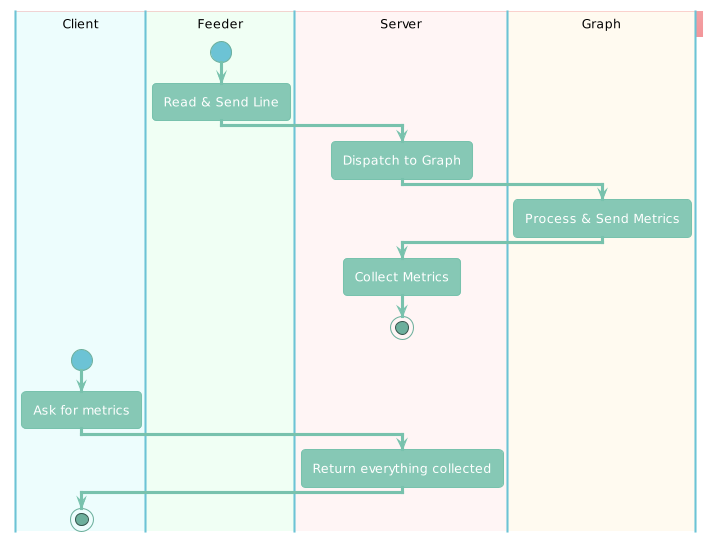
Earlier version of the PlantUML export TP2/informe/diagrams/activity.png (FdelMazo/7574-Distribuidos).
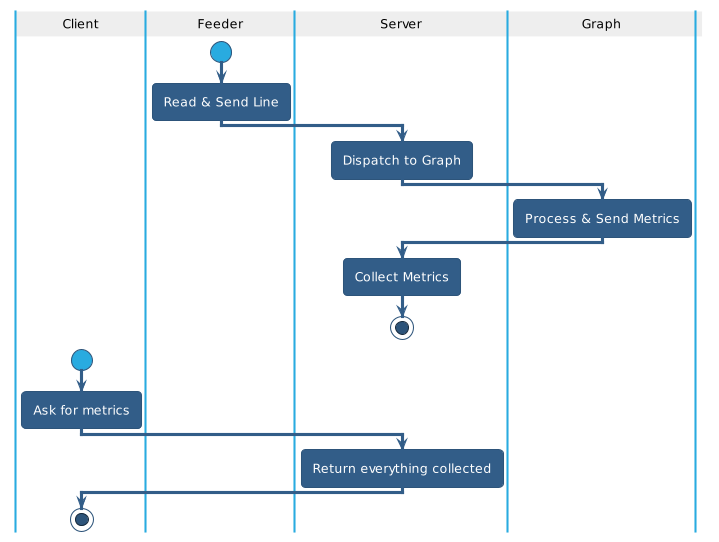
Later version of the same file.

The edit, as a diff of the source:
```diff
@@ -1,11 +1,12 @@
 @startuml
-!theme minty
+!theme sandstone
 skinparam swimlanetitlefontcolor black
+skinparam SwimlaneTitleBackgroundColor #EEE
 
-|#EDFDFD|Client|
-|#F0FFF4|Feeder|
-|#FFF5F5|Server|
-|#FFFAF0|Graph|
+|Client|
+|Feeder|
+|Server|
+|Graph|
 
 |Feeder|
 start
```
